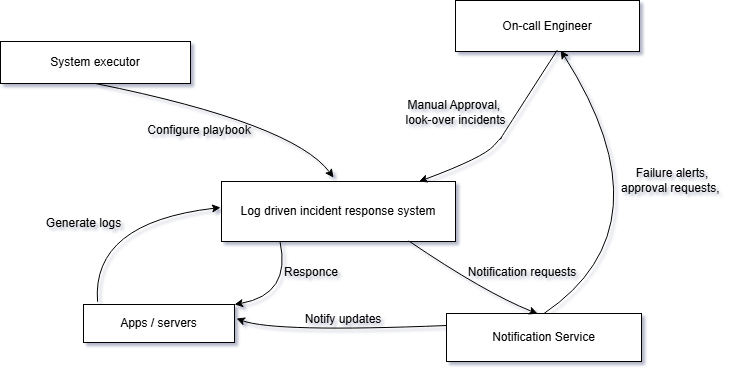
Above: Design/data_flow_diagram(DFD)/dfd_level0.drawio.png in Shubham-kumar2311/log-driven-incident-response (draw.io), before the change. Source tidied: cells renumbered, new cells last; positions are measured from the earlier drawing's top-left corner, leaving out a move shared by most shapes.
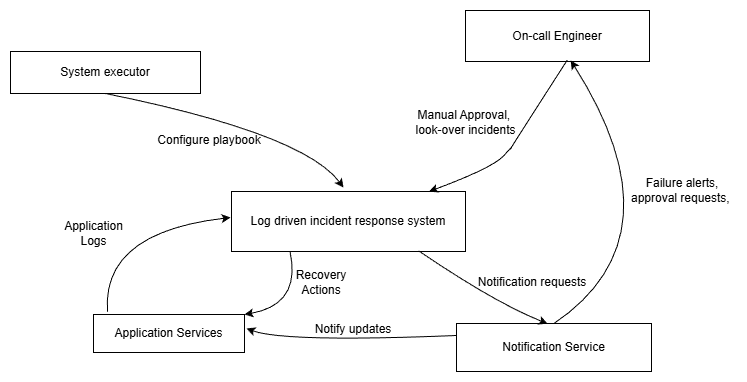
After the commit.

Commit message:
Improved dfd level 0

The edit, as a diff of the source:
```diff
@@ -1,4 +1,4 @@
-<mxGraphModel background="light-dark(#FFFFFF,#1F1F00)" shadow="1">
+<mxGraphModel>
   <root>
     <mxCell id="0" />
     <mxCell id="1" parent="0" />
@@ -11,23 +11,23 @@
     <mxCell id="4" value="On-call Engineer" style="rounded=0;whiteSpace=wrap;html=1;" parent="1" vertex="1">
       <mxGeometry x="455" width="184" height="51" as="geometry" />
     </mxCell>
-    <mxCell id="5" value="Apps / servers" style="rounded=0;whiteSpace=wrap;html=1;" parent="1" vertex="1">
-      <mxGeometry x="83" y="304" width="151" height="38" as="geometry" />
-    </mxCell>
+    <mxCell id="21" value="Application Services" style="rounded=0;whiteSpace=wrap;html=1;" parent="1" vertex="1">
+      <mxGeometry x="83" y="304" width="151" height="38" as="geometry" />
+    </mxCell>
     <mxCell id="6" value="Notification Service" style="rounded=0;whiteSpace=wrap;html=1;" parent="1" vertex="1">
       <mxGeometry x="446" y="313" width="195" height="48" as="geometry" />
     </mxCell>
-    <mxCell id="7" style="curved=1;endArrow=classic;html=1;rounded=0;exitX=0.093;exitY=-0.074;exitDx=0;exitDy=0;exitPerimeter=0;" parent="1" edge="1" source="5">
-      <mxGeometry relative="1" as="geometry">
-        <mxPoint x="220" y="207" as="targetPoint" />
-        <Array as="points">
-          <mxPoint x="91" y="222" />
-        </Array>
-      </mxGeometry>
-    </mxCell>
-    <mxCell id="8" value="Generate logs" style="text;html=1;whiteSpace=wrap;strokeColor=none;fillColor=none;align=center;verticalAlign=middle;rounded=0;" parent="1" vertex="1">
-      <mxGeometry x="41" y="208" width="85" height="30" as="geometry" />
-    </mxCell>
+    <mxCell id="22" style="curved=1;endArrow=classic;html=1;rounded=0;exitX=0.093;exitY=-0.074;exitDx=0;exitDy=0;exitPerimeter=0;" parent="1" edge="1" source="21">
+      <mxGeometry relative="1" as="geometry">
+        <mxPoint x="220" y="207" as="targetPoint" />
+        <Array as="points">
+          <mxPoint x="91" y="222" />
+        </Array>
+      </mxGeometry>
+    </mxCell>
+    <mxCell id="23" value="Application Logs" style="text;html=1;whiteSpace=wrap;strokeColor=none;fillColor=none;align=center;verticalAlign=middle;rounded=0;" parent="1" vertex="1">
+      <mxGeometry x="41" y="208" width="85" height="30" as="geometry" />
+    </mxCell>
     <mxCell id="9" style="curved=1;endArrow=classic;html=1;rounded=0;exitX=0.553;exitY=0.973;exitDx=0;exitDy=0;exitPerimeter=0;" parent="1" edge="1" source="4" target="2">
       <mxGeometry relative="1" as="geometry">
         <Array as="points">
@@ -43,25 +43,25 @@
     <mxCell id="11" value="Failure alerts, approval requests,&amp;nbsp;" style="text;html=1;whiteSpace=wrap;strokeColor=none;fillColor=none;align=center;verticalAlign=middle;rounded=0;" parent="1" vertex="1">
       <mxGeometry x="618" y="165" width="108" height="30" as="geometry" />
     </mxCell>
-    <mxCell id="12" style="curved=1;endArrow=classic;html=1;rounded=0;entryX=1;entryY=0.5;entryDx=0;entryDy=0;exitX=0;exitY=0.25;exitDx=0;exitDy=0;" parent="1" edge="1" source="6">
-      <mxGeometry relative="1" as="geometry">
-        <mxPoint x="236" y="318" as="targetPoint" />
-        <Array as="points">
-          <mxPoint x="274" y="332" />
-        </Array>
-      </mxGeometry>
-    </mxCell>
+    <mxCell id="24" style="curved=1;endArrow=classic;html=1;rounded=0;entryX=1;entryY=0.5;entryDx=0;entryDy=0;exitX=0;exitY=0.25;exitDx=0;exitDy=0;" parent="1" edge="1" source="6">
+      <mxGeometry relative="1" as="geometry">
+        <mxPoint x="236" y="318" as="targetPoint" />
+        <Array as="points">
+          <mxPoint x="274" y="332" />
+        </Array>
+      </mxGeometry>
+    </mxCell>
     <mxCell id="13" value="Notify updates" style="text;html=1;whiteSpace=wrap;strokeColor=none;fillColor=none;align=center;verticalAlign=middle;rounded=0;" parent="1" vertex="1">
       <mxGeometry x="298" y="304" width="90" height="30" as="geometry" />
     </mxCell>
-    <mxCell id="14" style="curved=1;endArrow=classic;html=1;rounded=0;exitX=0.5;exitY=1;exitDx=0;exitDy=0;" parent="1" edge="1" source="3">
-      <mxGeometry relative="1" as="geometry">
-        <mxPoint x="333" y="177" as="targetPoint" />
-        <Array as="points">
-          <mxPoint x="293" y="123" />
-        </Array>
-      </mxGeometry>
-    </mxCell>
+    <mxCell id="25" style="curved=1;endArrow=classic;html=1;rounded=0;exitX=0.5;exitY=1;exitDx=0;exitDy=0;" parent="1" edge="1" source="3">
+      <mxGeometry relative="1" as="geometry">
+        <mxPoint x="333" y="177" as="targetPoint" />
+        <Array as="points">
+          <mxPoint x="293" y="123" />
+        </Array>
+      </mxGeometry>
+    </mxCell>
     <mxCell id="15" value="Configure playbook" style="text;html=1;whiteSpace=wrap;strokeColor=none;fillColor=none;align=center;verticalAlign=middle;rounded=0;" parent="1" vertex="1">
       <mxGeometry x="136" y="115" width="126" height="30" as="geometry" />
     </mxCell>
@@ -82,15 +82,15 @@
         </Array>
       </mxGeometry>
     </mxCell>
-    <mxCell id="19" style="curved=1;endArrow=classic;html=1;rounded=0;exitX=0.25;exitY=1;exitDx=0;exitDy=0;entryX=1;entryY=0;entryDx=0;entryDy=0;" parent="1" edge="1" source="2" target="5">
-      <mxGeometry relative="1" as="geometry">
-        <Array as="points">
-          <mxPoint x="291" y="294" />
-        </Array>
-      </mxGeometry>
-    </mxCell>
-    <mxCell id="20" value="Responce" style="text;html=1;whiteSpace=wrap;strokeColor=none;fillColor=none;align=center;verticalAlign=middle;rounded=0;" parent="1" vertex="1">
-      <mxGeometry x="281" y="257" width="60" height="30" as="geometry" />
-    </mxCell>
+    <mxCell id="26" style="curved=1;endArrow=classic;html=1;rounded=0;exitX=0.25;exitY=1;exitDx=0;exitDy=0;entryX=1;entryY=0;entryDx=0;entryDy=0;" parent="1" edge="1" source="2" target="21">
+      <mxGeometry relative="1" as="geometry">
+        <Array as="points">
+          <mxPoint x="291" y="294" />
+        </Array>
+      </mxGeometry>
+    </mxCell>
+    <mxCell id="27" value="Recovery Actions" style="text;html=1;whiteSpace=wrap;strokeColor=none;fillColor=none;align=center;verticalAlign=middle;rounded=0;" parent="1" vertex="1">
+      <mxGeometry x="281" y="257" width="60" height="30" as="geometry" />
+    </mxCell>
   </root>
 </mxGraphModel>
```
